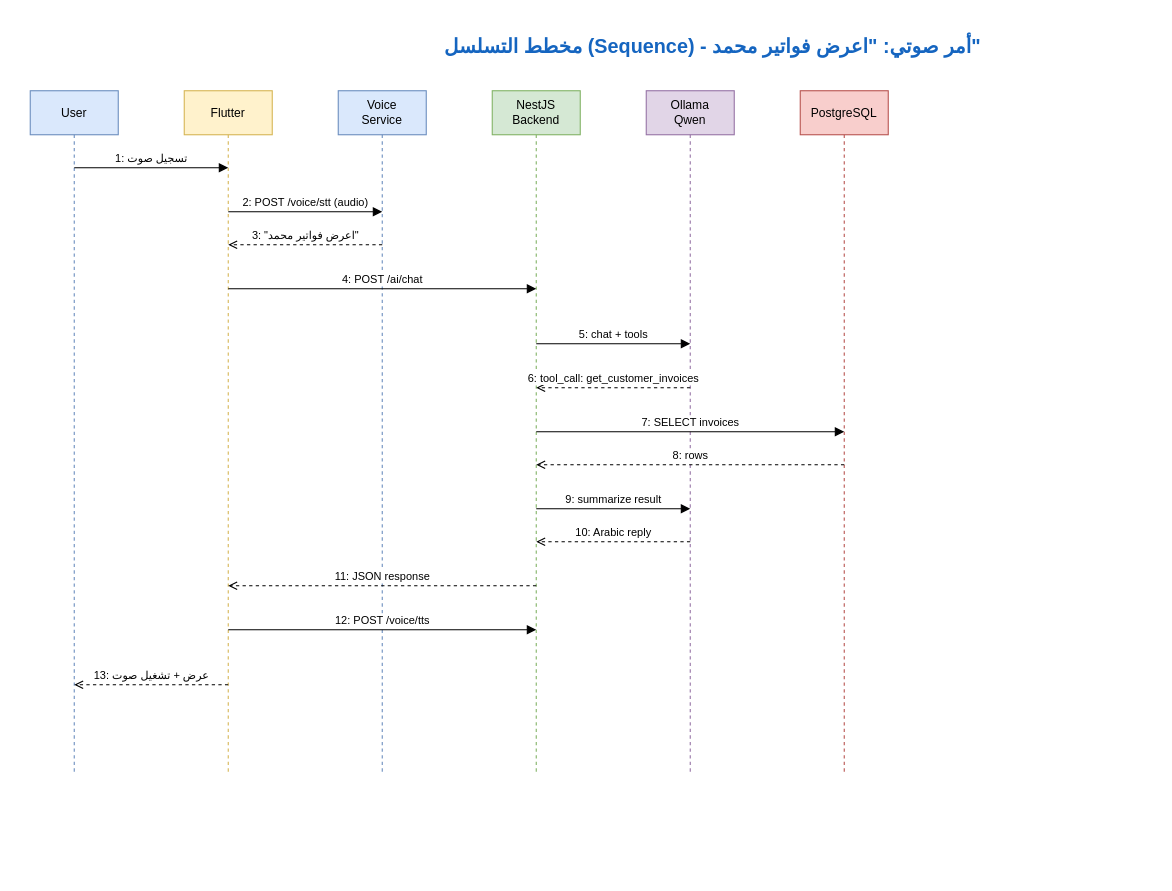
Besher-Hamze/AIAccessibilityAssistant keeps this draw.io diagram as page "4. مخطط التسلسل" (4 of 6) of docs/project-diagrams.drawio. Above is the earlier version. Source tidied: cells renumbered, new cells numbered last; positions are measured from the earlier drawing's top-left corner, leaving out a move shared by most shapes. Both pictures are drawn from the tidied source at 110%, with x=0, y=0 at pixel (30, 24).
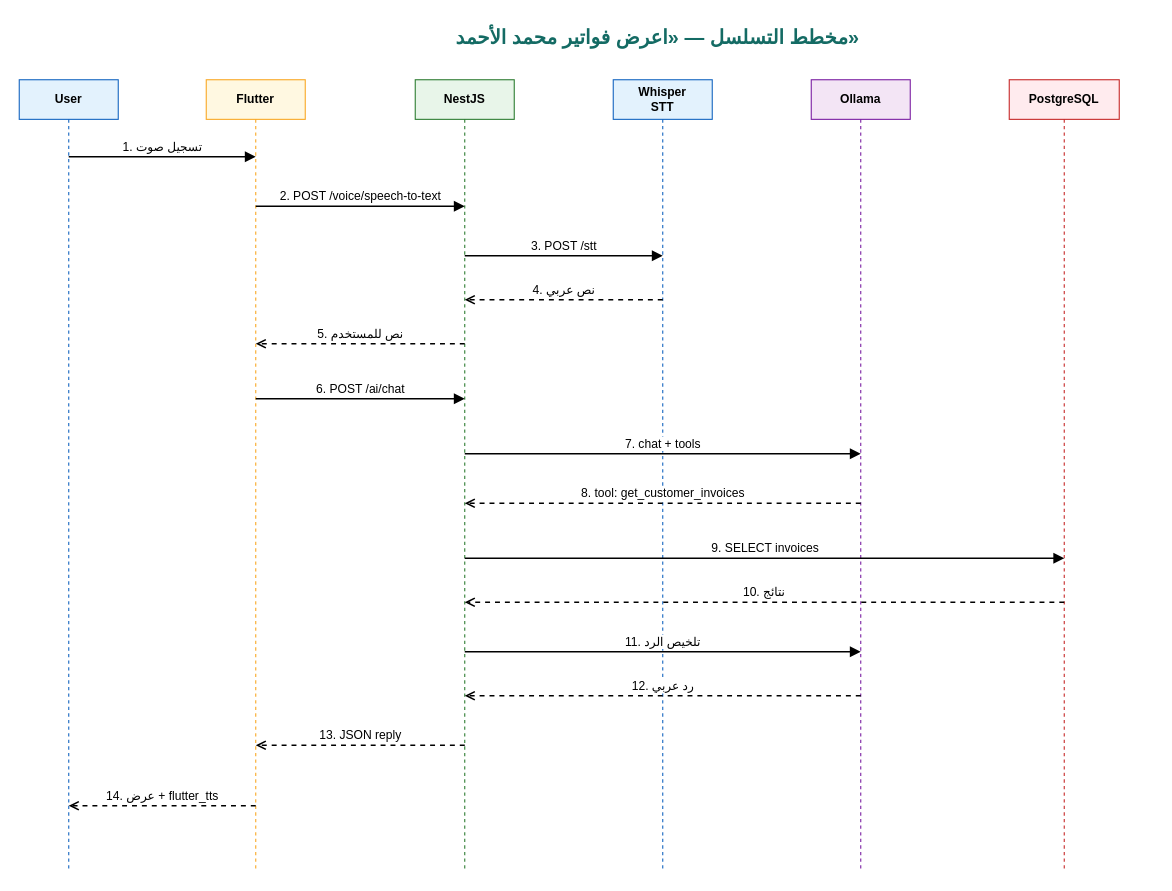
Above is the later version.

Diff of the diagram source:
```diff
@@
-    <mxCell id="2" value="مخطط التسلسل (Sequence) - أمر صوتي: &quot;اعرض فواتير محمد&quot;" style="text;html=1;strokeColor=none;fillColor=none;align=center;verticalAlign=middle;fontSize=18;fontStyle=1;fontColor=#1565C0;" parent="1" vertex="1">
-      <mxGeometry x="220" width="800" height="40" as="geometry" />
-    </mxCell>
+    <mxCell id="22" value="مخطط التسلسل — «اعرض فواتير محمد الأحمد»" style="text;html=1;strokeColor=none;fillColor=none;align=center;fontSize=18;fontStyle=1;fontColor=#146B64;" parent="1" vertex="1">
+      <mxGeometry x="220" y="-5" width="700" height="35" as="geometry" />
+    </mxCell>
-    <mxCell id="3" value="User" style="shape=umlLifeline;perimeter=lifelinePerimeter;whiteSpace=wrap;html=1;fillColor=#dae8fc;strokeColor=#6c8ebf;size=40;fontSize=11;" parent="1" vertex="1">
-      <mxGeometry y="60" width="80" height="620" as="geometry" />
+    <mxCell id="3" value="User" style="shape=umlLifeline;perimeter=lifelinePerimeter;whiteSpace=wrap;html=1;fillColor=#E3F2FD;strokeColor=#1565C0;size=36;fontSize=11;fontStyle=1;" parent="1" vertex="1">
+      <mxGeometry x="-10" y="50" width="90" height="720" as="geometry" />
     </mxCell>
-    <mxCell id="4" value="Flutter" style="shape=umlLifeline;perimeter=lifelinePerimeter;whiteSpace=wrap;html=1;fillColor=#fff2cc;strokeColor=#d6b656;size=40;fontSize=11;" parent="1" vertex="1">
-      <mxGeometry x="140" y="60" width="80" height="620" as="geometry" />
+    <mxCell id="4" value="Flutter" style="shape=umlLifeline;perimeter=lifelinePerimeter;whiteSpace=wrap;html=1;fillColor=#FFF8E1;strokeColor=#F9A825;size=36;fontSize=11;fontStyle=1;" parent="1" vertex="1">
+      <mxGeometry x="160" y="50" width="90" height="720" as="geometry" />
     </mxCell>
+    <mxCell id="6" value="NestJS" style="shape=umlLifeline;perimeter=lifelinePerimeter;whiteSpace=wrap;html=1;fillColor=#E8F5E9;strokeColor=#2E7D32;size=36;fontSize=11;fontStyle=1;" parent="1" vertex="1">
+      <mxGeometry x="350" y="50" width="90" height="720" as="geometry" />
+    </mxCell>
-    <mxCell id="5" value="Voice&#10;Service" style="shape=umlLifeline;perimeter=lifelinePerimeter;whiteSpace=wrap;html=1;fillColor=#dae8fc;strokeColor=#6c8ebf;size=40;fontSize=11;" parent="1" vertex="1">
-      <mxGeometry x="280" y="60" width="80" height="620" as="geometry" />
+    <mxCell id="5" value="Whisper&#10;STT" style="shape=umlLifeline;perimeter=lifelinePerimeter;whiteSpace=wrap;html=1;fillColor=#E3F2FD;strokeColor=#1565C0;size=36;fontSize=11;fontStyle=1;" parent="1" vertex="1">
+      <mxGeometry x="530" y="50" width="90" height="720" as="geometry" />
     </mxCell>
-    <mxCell id="6" value="NestJS&#10;Backend" style="shape=umlLifeline;perimeter=lifelinePerimeter;whiteSpace=wrap;html=1;fillColor=#d5e8d4;strokeColor=#82b366;size=40;fontSize=11;" parent="1" vertex="1">
-      <mxGeometry x="420" y="60" width="80" height="620" as="geometry" />
-    </mxCell>
-    <mxCell id="7" value="Ollama&#10;Qwen" style="shape=umlLifeline;perimeter=lifelinePerimeter;whiteSpace=wrap;html=1;fillColor=#e1d5e7;strokeColor=#9673a6;size=40;fontSize=11;" parent="1" vertex="1">
-      <mxGeometry x="560" y="60" width="80" height="620" as="geometry" />
+    <mxCell id="7" value="Ollama" style="shape=umlLifeline;perimeter=lifelinePerimeter;whiteSpace=wrap;html=1;fillColor=#F3E5F5;strokeColor=#7B1FA2;size=36;fontSize=11;fontStyle=1;" parent="1" vertex="1">
+      <mxGeometry x="710" y="50" width="90" height="720" as="geometry" />
     </mxCell>
-    <mxCell id="8" value="PostgreSQL" style="shape=umlLifeline;perimeter=lifelinePerimeter;whiteSpace=wrap;html=1;fillColor=#f8cecc;strokeColor=#b85450;size=40;fontSize=11;" parent="1" vertex="1">
-      <mxGeometry x="700" y="60" width="80" height="620" as="geometry" />
+    <mxCell id="8" value="PostgreSQL" style="shape=umlLifeline;perimeter=lifelinePerimeter;whiteSpace=wrap;html=1;fillColor=#FFEBEE;strokeColor=#C62828;size=36;fontSize=11;fontStyle=1;" parent="1" vertex="1">
+      <mxGeometry x="890" y="50" width="100" height="720" as="geometry" />
     </mxCell>
-    <mxCell id="9" value="1: تسجيل صوت" style="html=1;verticalAlign=bottom;endArrow=block;strokeWidth=1;fontSize=10;" parent="1" edge="1">
+    <mxCell id="9" value="1. تسجيل صوت" style="html=1;verticalAlign=bottom;endArrow=block;endFill=1;strokeWidth=1.5;fontSize=11;" parent="1" edge="1">
       <mxGeometry relative="1" as="geometry">
-        <mxPoint x="40" y="130" as="sourcePoint" />
-        <mxPoint x="180" y="130" as="targetPoint" />
+        <mxPoint x="35" y="120" as="sourcePoint" />
+        <mxPoint x="205" y="120" as="targetPoint" />
       </mxGeometry>
     </mxCell>
-    <mxCell id="10" value="2: POST /voice/stt (audio)" style="html=1;verticalAlign=bottom;endArrow=block;strokeWidth=1;fontSize=10;" parent="1" edge="1">
+    <mxCell id="10" value="2. POST /voice/speech-to-text" style="html=1;verticalAlign=bottom;endArrow=block;endFill=1;strokeWidth=1.5;fontSize=11;" parent="1" edge="1">
       <mxGeometry relative="1" as="geometry">
-        <mxPoint x="180" y="170" as="sourcePoint" />
-        <mxPoint x="320" y="170" as="targetPoint" />
+        <mxPoint x="205" y="165" as="sourcePoint" />
+        <mxPoint x="395" y="165" as="targetPoint" />
       </mxGeometry>
     </mxCell>
-    <mxCell id="11" value="3: &quot;اعرض فواتير محمد&quot;" style="html=1;verticalAlign=bottom;endArrow=open;dashed=1;strokeWidth=1;fontSize=10;" parent="1" edge="1">
+    <mxCell id="11" value="3. POST /stt" style="html=1;verticalAlign=bottom;endArrow=block;endFill=1;strokeWidth=1.5;fontSize=11;" parent="1" edge="1">
       <mxGeometry relative="1" as="geometry">
-        <mxPoint x="320" y="200" as="sourcePoint" />
-        <mxPoint x="180" y="200" as="targetPoint" />
+        <mxPoint x="395" y="210" as="sourcePoint" />
+        <mxPoint x="575" y="210" as="targetPoint" />
       </mxGeometry>
     </mxCell>
-    <mxCell id="12" value="4: POST /ai/chat" style="html=1;verticalAlign=bottom;endArrow=block;strokeWidth=1;fontSize=10;" parent="1" edge="1">
+    <mxCell id="12" value="4. نص عربي" style="html=1;verticalAlign=bottom;endArrow=open;dashed=1;endFill=0;strokeWidth=1.5;fontSize=11;" parent="1" edge="1">
       <mxGeometry relative="1" as="geometry">
-        <mxPoint x="180" y="240" as="sourcePoint" />
-        <mxPoint x="460" y="240" as="targetPoint" />
+        <mxPoint x="575" y="250" as="sourcePoint" />
+        <mxPoint x="395" y="250" as="targetPoint" />
       </mxGeometry>
     </mxCell>
-    <mxCell id="13" value="5: chat + tools" style="html=1;verticalAlign=bottom;endArrow=block;strokeWidth=1;fontSize=10;" parent="1" edge="1">
+    <mxCell id="13" value="5. نص للمستخدم" style="html=1;verticalAlign=bottom;endArrow=open;dashed=1;endFill=0;strokeWidth=1.5;fontSize=11;" parent="1" edge="1">
       <mxGeometry relative="1" as="geometry">
-        <mxPoint x="460" y="290" as="sourcePoint" />
-        <mxPoint x="600" y="290" as="targetPoint" />
+        <mxPoint x="395" y="290" as="sourcePoint" />
+        <mxPoint x="205" y="290" as="targetPoint" />
       </mxGeometry>
     </mxCell>
-    <mxCell id="14" value="6: tool_call: get_customer_invoices" style="html=1;verticalAlign=bottom;endArrow=open;dashed=1;strokeWidth=1;fontSize=10;" parent="1" edge="1">
+    <mxCell id="14" value="6. POST /ai/chat" style="html=1;verticalAlign=bottom;endArrow=block;endFill=1;strokeWidth=1.5;fontSize=11;" parent="1" edge="1">
       <mxGeometry relative="1" as="geometry">
-        <mxPoint x="600" y="330" as="sourcePoint" />
-        <mxPoint x="460" y="330" as="targetPoint" />
+        <mxPoint x="205" y="340" as="sourcePoint" />
+        <mxPoint x="395" y="340" as="targetPoint" />
       </mxGeometry>
     </mxCell>
-    <mxCell id="15" value="7: SELECT invoices" style="html=1;verticalAlign=bottom;endArrow=block;strokeWidth=1;fontSize=10;" parent="1" edge="1">
+    <mxCell id="15" value="7. chat + tools" style="html=1;verticalAlign=bottom;endArrow=block;endFill=1;strokeWidth=1.5;fontSize=11;" parent="1" edge="1">
       <mxGeometry relative="1" as="geometry">
-        <mxPoint x="460" y="370" as="sourcePoint" />
-        <mxPoint x="740" y="370" as="targetPoint" />
+        <mxPoint x="395" y="390" as="sourcePoint" />
+        <mxPoint x="755" y="390" as="targetPoint" />
       </mxGeometry>
     </mxCell>
-    <mxCell id="16" value="8: rows" style="html=1;verticalAlign=bottom;endArrow=open;dashed=1;strokeWidth=1;fontSize=10;" parent="1" edge="1">
+    <mxCell id="16" value="8. tool: get_customer_invoices" style="html=1;verticalAlign=bottom;endArrow=open;dashed=1;endFill=0;strokeWidth=1.5;fontSize=11;" parent="1" edge="1">
       <mxGeometry relative="1" as="geometry">
-        <mxPoint x="740" y="400" as="sourcePoint" />
-        <mxPoint x="460" y="400" as="targetPoint" />
+        <mxPoint x="755" y="435" as="sourcePoint" />
+        <mxPoint x="395" y="435" as="targetPoint" />
       </mxGeometry>
     </mxCell>
-    <mxCell id="17" value="9: summarize result" style="html=1;verticalAlign=bottom;endArrow=block;strokeWidth=1;fontSize=10;" parent="1" edge="1">
+    <mxCell id="17" value="9. SELECT invoices" style="html=1;verticalAlign=bottom;endArrow=block;endFill=1;strokeWidth=1.5;fontSize=11;" parent="1" edge="1">
       <mxGeometry relative="1" as="geometry">
-        <mxPoint x="460" y="440" as="sourcePoint" />
-        <mxPoint x="600" y="440" as="targetPoint" />
+        <mxPoint x="395" y="485" as="sourcePoint" />
+        <mxPoint x="940" y="485" as="targetPoint" />
       </mxGeometry>
     </mxCell>
-    <mxCell id="18" value="10: Arabic reply" style="html=1;verticalAlign=bottom;endArrow=open;dashed=1;strokeWidth=1;fontSize=10;" parent="1" edge="1">
+    <mxCell id="18" value="10. نتائج" style="html=1;verticalAlign=bottom;endArrow=open;dashed=1;endFill=0;strokeWidth=1.5;fontSize=11;" parent="1" edge="1">
       <mxGeometry relative="1" as="geometry">
-        <mxPoint x="600" y="470" as="sourcePoint" />
-        <mxPoint x="460" y="470" as="targetPoint" />
+        <mxPoint x="940" y="525" as="sourcePoint" />
+        <mxPoint x="395" y="525" as="targetPoint" />
       </mxGeometry>
     </mxCell>
-    <mxCell id="19" value="11: JSON response" style="html=1;verticalAlign=bottom;endArrow=open;dashed=1;strokeWidth=1;fontSize=10;" parent="1" edge="1">
+    <mxCell id="19" value="11. تلخيص الرد" style="html=1;verticalAlign=bottom;endArrow=block;endFill=1;strokeWidth=1.5;fontSize=11;" parent="1" edge="1">
       <mxGeometry relative="1" as="geometry">
-        <mxPoint x="460" y="510" as="sourcePoint" />
-        <mxPoint x="180" y="510" as="targetPoint" />
+        <mxPoint x="395" y="570" as="sourcePoint" />
+        <mxPoint x="755" y="570" as="targetPoint" />
       </mxGeometry>
     </mxCell>
-    <mxCell id="20" value="12: POST /voice/tts" style="html=1;verticalAlign=bottom;endArrow=block;strokeWidth=1;fontSize=10;" parent="1" edge="1">
+    <mxCell id="20" value="12. رد عربي" style="html=1;verticalAlign=bottom;endArrow=open;dashed=1;endFill=0;strokeWidth=1.5;fontSize=11;" parent="1" edge="1">
       <mxGeometry relative="1" as="geometry">
-        <mxPoint x="180" y="550" as="sourcePoint" />
-        <mxPoint x="460" y="550" as="targetPoint" />
+        <mxPoint x="755" y="610" as="sourcePoint" />
+        <mxPoint x="395" y="610" as="targetPoint" />
       </mxGeometry>
     </mxCell>
-    <mxCell id="21" value="13: عرض + تشغيل صوت" style="html=1;verticalAlign=bottom;endArrow=open;dashed=1;strokeWidth=1;fontSize=10;" parent="1" edge="1">
+    <mxCell id="21" value="13. JSON reply" style="html=1;verticalAlign=bottom;endArrow=open;dashed=1;endFill=0;strokeWidth=1.5;fontSize=11;" parent="1" edge="1">
       <mxGeometry relative="1" as="geometry">
-        <mxPoint x="180" y="600" as="sourcePoint" />
-        <mxPoint x="40" y="600" as="targetPoint" />
+        <mxPoint x="395" y="655" as="sourcePoint" />
+        <mxPoint x="205" y="655" as="targetPoint" />
       </mxGeometry>
     </mxCell>
+    <mxCell id="23" value="14. عرض + flutter_tts" style="html=1;verticalAlign=bottom;endArrow=open;dashed=1;endFill=0;strokeWidth=1.5;fontSize=11;" parent="1" edge="1">
+      <mxGeometry relative="1" as="geometry">
+        <mxPoint x="205" y="710" as="sourcePoint" />
+        <mxPoint x="35" y="710" as="targetPoint" />
+      </mxGeometry>
+    </mxCell>
```
